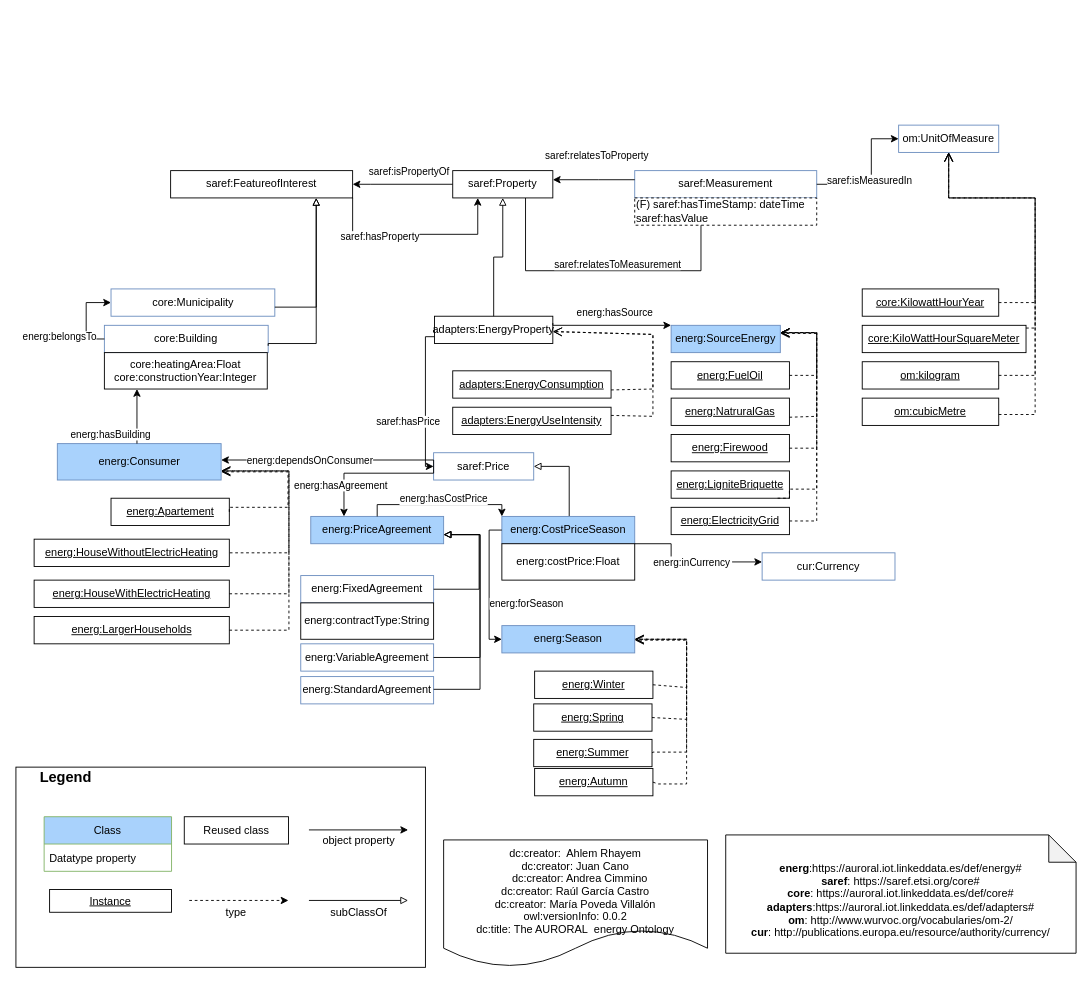
This is diagram/energy.drawio from oeg-upm/auroral-energy-ontology, a draw.io file, before an edit. Source tidied: cells renumbered, new cells numbered last; positions are measured from the earlier drawing's top-left corner, leaving out a move shared by most shapes. Both pictures are drawn from the tidied source at 91%, with x=0, y=0 at pixel (15, 125).
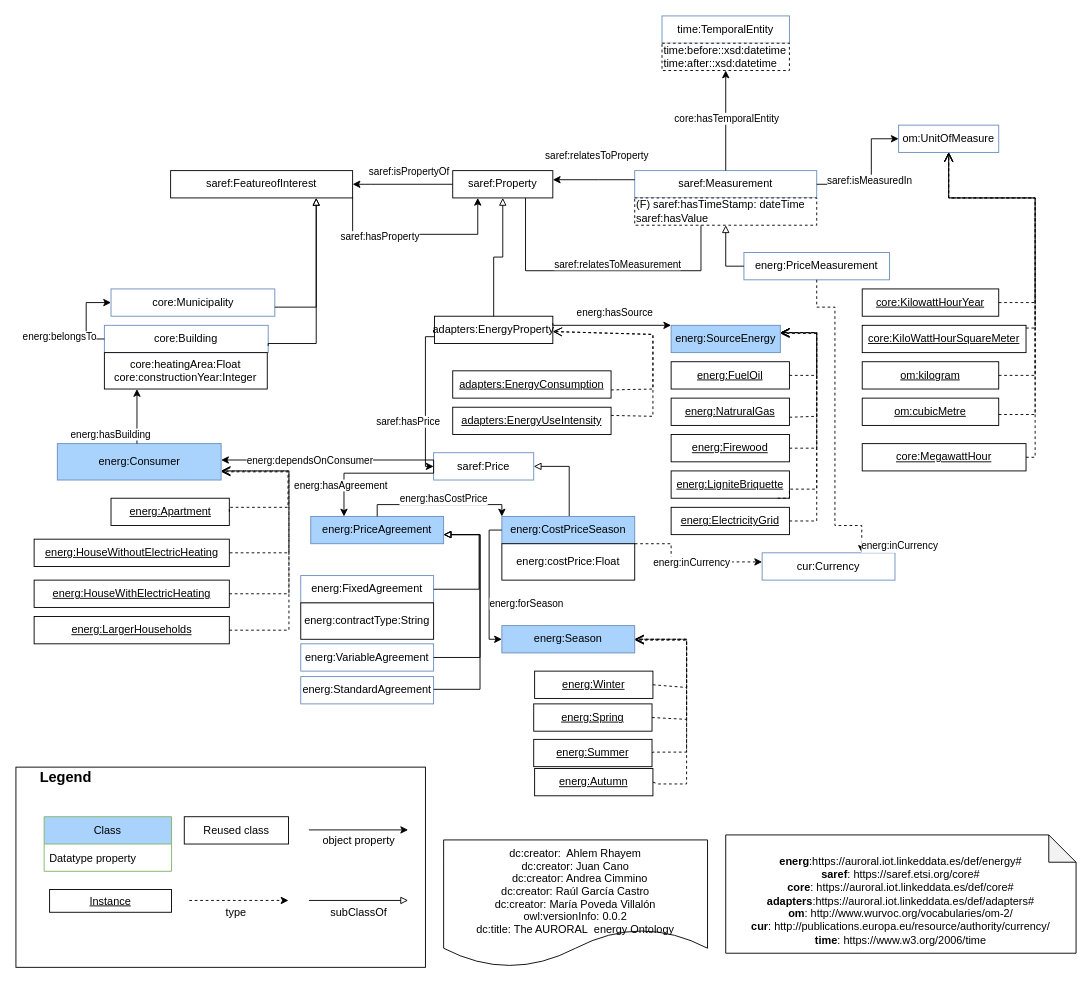
The same diagram, later.

The change refers to these unchanged cells:
```xml
<mxCell id="33" value="saref:Measurement" style="rounded=0;whiteSpace=wrap;html=1;fillColor=#FFFFFF;strokeColor=#6c8ebf;" parent="1" vertex="1">
  <mxGeometry x="680" y="50" width="200" height="30" as="geometry" />
</mxCell>
<mxCell id="35" value="om:UnitOfMeasure" style="rounded=0;whiteSpace=wrap;html=1;fillColor=#FFFFFF;strokeColor=#6c8ebf;" parent="1" vertex="1">
  <mxGeometry x="970" width="110" height="30" as="geometry" />
</mxCell>
<mxCell id="79" value="energ:CostPriceSeason" style="rounded=0;whiteSpace=wrap;html=1;fillColor=#A9D2FC;strokeColor=#6c8ebf;" parent="1" vertex="1">
  <mxGeometry x="534" y="430" width="146" height="30" as="geometry" />
</mxCell>
<mxCell id="100" value="cur:Currency" style="rounded=0;whiteSpace=wrap;html=1;fillColor=#FFFFFF;strokeColor=#6c8ebf;" parent="1" vertex="1">
  <mxGeometry x="820" y="470" width="146" height="30" as="geometry" />
</mxCell>
<mxCell id="106" value="(F) saref:hasTimeStamp: dateTime&lt;br&gt;saref:hasValue" style="rounded=0;whiteSpace=wrap;html=1;snapToPoint=1;points=[[0.1,0],[0.2,0],[0.3,0],[0.4,0],[0.5,0],[0.6,0],[0.7,0],[0.8,0],[0.9,0],[0,0.1],[0,0.3],[0,0.5],[0,0.7],[0,0.9],[0.1,1],[0.2,1],[0.3,1],[0.4,1],[0.5,1],[0.6,1],[0.7,1],[0.8,1],[0.9,1],[1,0.1],[1,0.3],[1,0.5],[1,0.7],[1,0.9]];dashed=1;align=left;" parent="1" vertex="1">
  <mxGeometry x="680" y="80" width="200" height="30" as="geometry" />
</mxCell>
```

The edit, as a diff of the source:
```diff
@@
-    <mxCell id="41" value="&lt;div&gt;&amp;nbsp;&lt;/div&gt;&lt;b&gt;energ&lt;/b&gt;:https://auroral.iot.linkeddata.es/def/energy#&lt;br&gt;&lt;b&gt;saref&lt;/b&gt;:&amp;nbsp;https://saref.etsi.org/core#&lt;br&gt;&lt;b&gt;core&lt;/b&gt;:&amp;nbsp;https://auroral.iot.linkeddata.es/def/core#&lt;br&gt;&lt;b&gt;adapters&lt;/b&gt;:https://auroral.iot.linkeddata.es/def/adapters#&lt;br&gt;&lt;b&gt;om&lt;/b&gt;: http://www.wurvoc.org/vocabularies/om-2/&lt;br&gt;&lt;b&gt;cur&lt;/b&gt;: http://publications.europa.eu/resource/authority/currency/" style="shape=note;whiteSpace=wrap;html=1;backgroundOutline=1;darkOpacity=0.05;" parent="1" vertex="1">
+    <mxCell id="41" value="&lt;div&gt;&amp;nbsp;&lt;/div&gt;&lt;b&gt;energ&lt;/b&gt;:https://auroral.iot.linkeddata.es/def/energy#&lt;br&gt;&lt;b&gt;saref&lt;/b&gt;:&amp;nbsp;https://saref.etsi.org/core#&lt;br&gt;&lt;b&gt;core&lt;/b&gt;:&amp;nbsp;https://auroral.iot.linkeddata.es/def/core#&lt;br&gt;&lt;b&gt;adapters&lt;/b&gt;:https://auroral.iot.linkeddata.es/def/adapters#&lt;br&gt;&lt;b&gt;om&lt;/b&gt;: http://www.wurvoc.org/vocabularies/om-2/&lt;br&gt;&lt;b&gt;cur&lt;/b&gt;: http://publications.europa.eu/resource/authority/currency/&lt;br&gt;&lt;b&gt;time&lt;/b&gt;: https://www.w3.org/2006/time" style="shape=note;whiteSpace=wrap;html=1;backgroundOutline=1;darkOpacity=0.05;" parent="1" vertex="1">
       <mxGeometry x="780" y="780" width="385" height="130" as="geometry" />
     </mxCell>
@@
-    <mxCell id="56" value="&lt;u&gt;energ:Apartement&lt;/u&gt;" style="rounded=0;whiteSpace=wrap;html=1;snapToPoint=1;points=[[0.1,0],[0.2,0],[0.3,0],[0.4,0],[0.5,0],[0.6,0],[0.7,0],[0.8,0],[0.9,0],[0,0.1],[0,0.3],[0,0.5],[0,0.7],[0,0.9],[0.1,1],[0.2,1],[0.3,1],[0.4,1],[0.5,1],[0.6,1],[0.7,1],[0.8,1],[0.9,1],[1,0.1],[1,0.3],[1,0.5],[1,0.7],[1,0.9]];" parent="1" vertex="1">
+    <mxCell id="56" value="&lt;u&gt;energ:Apartment&lt;/u&gt;" style="rounded=0;whiteSpace=wrap;html=1;snapToPoint=1;points=[[0.1,0],[0.2,0],[0.3,0],[0.4,0],[0.5,0],[0.6,0],[0.7,0],[0.8,0],[0.9,0],[0,0.1],[0,0.3],[0,0.5],[0,0.7],[0,0.9],[0.1,1],[0.2,1],[0.3,1],[0.4,1],[0.5,1],[0.6,1],[0.7,1],[0.8,1],[0.9,1],[1,0.1],[1,0.3],[1,0.5],[1,0.7],[1,0.9]];" parent="1" vertex="1">
       <mxGeometry x="104.5" y="410" width="130" height="30" as="geometry" />
     </mxCell>
@@
-    <mxCell id="101" value="energ:inCurrency" style="edgeStyle=orthogonalEdgeStyle;rounded=0;jettySize=auto;endArrow=classic;endFill=1;" parent="1" edge="1" source="79" target="100">
+    <mxCell id="101" value="energ:inCurrency" style="edgeStyle=orthogonalEdgeStyle;rounded=0;jettySize=auto;endArrow=classic;endFill=1;dashed=1;" parent="1" edge="1" source="79" target="100">
       <mxGeometry x="0.04" relative="1" as="geometry">
         <Array as="points">
           <mxPoint x="720" y="460" />
           <mxPoint x="720" y="480" />
         </Array>
       </mxGeometry>
     </mxCell>
@@
+    <mxCell id="109" value="&lt;u&gt;core:MegawattHour&lt;/u&gt;" style="rounded=0;whiteSpace=wrap;html=1;snapToPoint=1;points=[[0.1,0],[0.2,0],[0.3,0],[0.4,0],[0.5,0],[0.6,0],[0.7,0],[0.8,0],[0.9,0],[0,0.1],[0,0.3],[0,0.5],[0,0.7],[0,0.9],[0.1,1],[0.2,1],[0.3,1],[0.4,1],[0.5,1],[0.6,1],[0.7,1],[0.8,1],[0.9,1],[1,0.1],[1,0.3],[1,0.5],[1,0.7],[1,0.9]];" parent="1" vertex="1">
+      <mxGeometry x="930" y="350" width="180" height="30" as="geometry" />
+    </mxCell>
+    <mxCell id="110" style="endArrow=open;html=1;fontColor=#000099;endFill=0;dashed=1;endSize=8;edgeStyle=orthogonalEdgeStyle;arcSize=0;entryX=0.5;entryY=1;entryDx=0;entryDy=0;exitX=1;exitY=0.5;exitDx=0;exitDy=0;" parent="1" edge="1" source="109" target="35">
+      <mxGeometry relative="1" as="geometry">
+        <Array as="points">
+          <mxPoint x="1120" y="365" />
+          <mxPoint x="1120" y="80" />
+          <mxPoint x="1025" y="80" />
+        </Array>
+      </mxGeometry>
+    </mxCell>
+    <mxCell id="111" value="energ:PriceMeasurement" style="rounded=0;whiteSpace=wrap;html=1;fillColor=#FFFFFF;strokeColor=#6c8ebf;" parent="1" vertex="1">
+      <mxGeometry x="800" y="140" width="160" height="30" as="geometry" />
+    </mxCell>
+    <mxCell id="112" style="edgeStyle=orthogonalEdgeStyle;rounded=0;jettySize=auto;html=1;endArrow=block;endFill=0;exitX=0;exitY=0.5;exitDx=0;exitDy=0;entryX=0.5;entryY=1;entryDx=0;entryDy=0;" parent="1" edge="1" source="111" target="106">
+      <mxGeometry relative="1" as="geometry" />
+    </mxCell>
+    <mxCell id="113" value="energ:inCurrency" style="edgeStyle=orthogonalEdgeStyle;rounded=0;jettySize=auto;endArrow=classic;endFill=1;dashed=1;exitX=0.5;exitY=1;exitDx=0;exitDy=0;entryX=0.75;entryY=0;entryDx=0;entryDy=0;" parent="1" edge="1" source="111" target="100">
+      <mxGeometry x="0.83" y="21" relative="1" as="geometry">
+        <Array as="points">
+          <mxPoint x="880" y="200" />
+          <mxPoint x="900" y="200" />
+          <mxPoint x="900" y="440" />
+          <mxPoint x="930" y="440" />
+        </Array>
+        <mxPoint x="21" y="21" as="offset" />
+      </mxGeometry>
+    </mxCell>
+    <mxCell id="114" style="edgeStyle=orthogonalEdgeStyle;rounded=0;jettySize=auto;html=1;endArrow=classic;endFill=1;exitX=0.5;exitY=0;exitDx=0;exitDy=0;entryX=0.5;entryY=1;entryDx=0;entryDy=0;" parent="1" edge="1" source="33" target="117">
+      <mxGeometry relative="1" as="geometry" />
+    </mxCell>
+    <mxCell id="115" value="core:hasTemporalEntity" style="edgeLabel;html=1;align=center;verticalAlign=middle;" parent="114" vertex="1">
+      <mxGeometry x="-0.29" y="2" relative="1" as="geometry">
+        <mxPoint x="2" y="-19" as="offset" />
+      </mxGeometry>
+    </mxCell>
+    <mxCell id="116" value="time:TemporalEntity" style="rounded=0;whiteSpace=wrap;html=1;fillColor=#FFFFFF;strokeColor=#6c8ebf;" parent="1" vertex="1">
+      <mxGeometry x="710" y="-120" width="140" height="30" as="geometry" />
+    </mxCell>
+    <mxCell id="117" value="time:before::xsd:datetime&lt;br&gt;time:after::xsd:datetime" style="rounded=0;whiteSpace=wrap;html=1;snapToPoint=1;points=[[0.1,0],[0.2,0],[0.3,0],[0.4,0],[0.5,0],[0.6,0],[0.7,0],[0.8,0],[0.9,0],[0,0.1],[0,0.3],[0,0.5],[0,0.7],[0,0.9],[0.1,1],[0.2,1],[0.3,1],[0.4,1],[0.5,1],[0.6,1],[0.7,1],[0.8,1],[0.9,1],[1,0.1],[1,0.3],[1,0.5],[1,0.7],[1,0.9]];dashed=1;align=left;" parent="1" vertex="1">
+      <mxGeometry x="710" y="-90" width="140" height="30" as="geometry" />
+    </mxCell>
```
